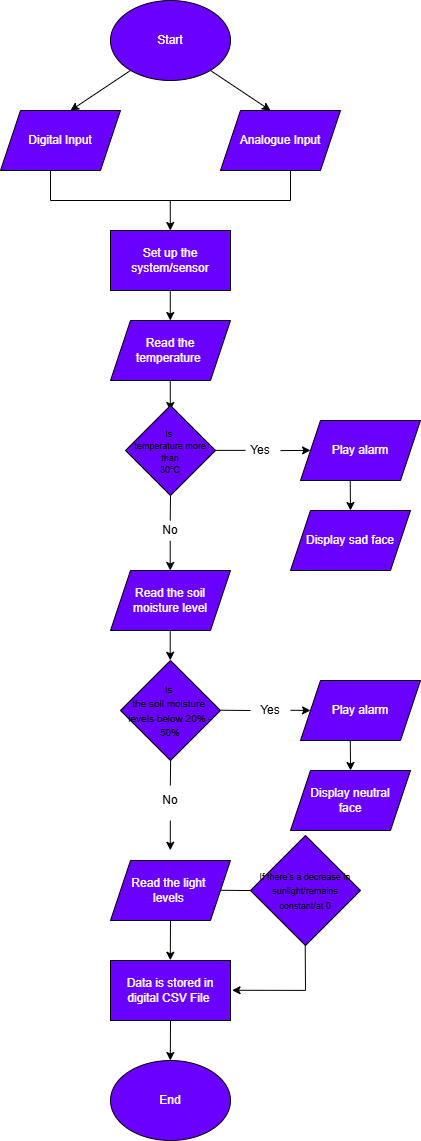
caoimhepascual/Computer-Science-CWA-2026- keeps this draw.io diagram as Report/Flowchart .drawio.png. Above is the earlier version. Source tidied: cells renumbered, new cells last; positions are measured from the earlier drawing's top-left corner, leaving out a move shared by most shapes.
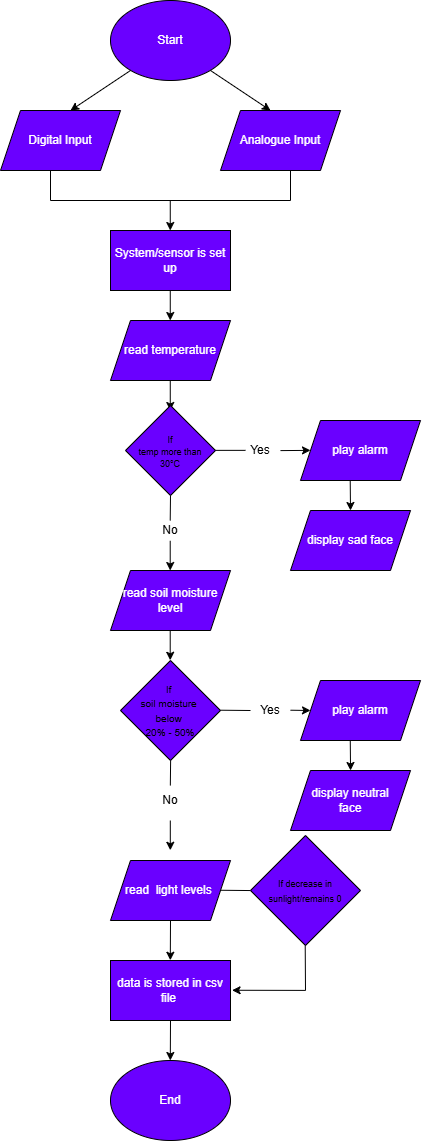
Later version of the same file.

The edit, as a diff of the source:
```diff
@@ -47,7 +47,7 @@
         <mxPoint x="169.8" y="230" as="targetPoint" />
       </mxGeometry>
     </mxCell>
-    <mxCell id="11" value="Set up the system/sensor" style="rounded=0;whiteSpace=wrap;html=1;fillColor=#6a00ff;fontColor=#ffffff;strokeColor=light-dark(#000000,#000000);" parent="1" vertex="1">
+    <mxCell id="11" value="System/sensor is set up" style="rounded=0;whiteSpace=wrap;html=1;fillColor=#6a00ff;fontColor=#ffffff;strokeColor=light-dark(#000000,#000000);" parent="1" vertex="1">
       <mxGeometry x="110" y="230" width="120" height="60" as="geometry" />
     </mxCell>
     <mxCell id="12" style="endArrow=classic;html=1;rounded=0;strokeColor=light-dark(#000000,#000000);" parent="1" edge="1">
@@ -56,7 +56,7 @@
         <mxPoint x="169.8" y="320" as="targetPoint" />
       </mxGeometry>
     </mxCell>
-    <mxCell id="13" value="Read the temperature&amp;nbsp;" style="shape=parallelogram;perimeter=parallelogramPerimeter;whiteSpace=wrap;html=1;fixedSize=1;fillColor=#6a00ff;fontColor=#ffffff;strokeColor=light-dark(#000000,#000000);" parent="1" vertex="1">
+    <mxCell id="13" value="read temperature" style="shape=parallelogram;perimeter=parallelogramPerimeter;whiteSpace=wrap;html=1;fixedSize=1;fillColor=#6a00ff;fontColor=#ffffff;strokeColor=light-dark(#000000,#000000);" parent="1" vertex="1">
       <mxGeometry x="110" y="320" width="120" height="60" as="geometry" />
     </mxCell>
     <mxCell id="14" style="endArrow=classic;html=1;rounded=0;strokeColor=light-dark(#000000,#000000);" parent="1" edge="1">
@@ -65,7 +65,7 @@
         <mxPoint x="169.8" y="410" as="targetPoint" />
       </mxGeometry>
     </mxCell>
-    <mxCell id="15" value="&lt;div style=&quot;line-height: 100%;&quot;&gt;&lt;font style=&quot;font-size: 9px; color: light-dark(rgb(0, 0, 0), rgb(0, 0, 0)); line-height: 100%;&quot;&gt;Is&amp;nbsp;&lt;/font&gt;&lt;div&gt;&lt;font style=&quot;font-size: 9px; color: light-dark(rgb(0, 0, 0), rgb(0, 0, 0)); line-height: 100%;&quot;&gt;temperature more than&lt;/font&gt;&lt;/div&gt;&lt;div&gt;&lt;font style=&quot;font-size: 9px; color: light-dark(rgb(0, 0, 0), rgb(0, 0, 0)); line-height: 100%;&quot;&gt;30&lt;span style=&quot;background-color: transparent; font-family: Arial, sans-serif; white-space-collapse: preserve;&quot;&gt;&lt;font&gt;°C&lt;/font&gt;&lt;/span&gt;&lt;/font&gt;&lt;/div&gt;&lt;div&gt;&lt;/div&gt;&lt;/div&gt;" style="rhombus;whiteSpace=wrap;html=1;fillColor=#6a00ff;fontColor=#ffffff;strokeColor=light-dark(#000000,#000000);" parent="1" vertex="1">
+    <mxCell id="15" value="&lt;div style=&quot;line-height: 100%;&quot;&gt;&lt;font style=&quot;font-size: 9px; color: light-dark(rgb(0, 0, 0), rgb(0, 0, 0)); line-height: 100%;&quot;&gt;If&lt;/font&gt;&lt;div&gt;&lt;font style=&quot;font-size: 9px; color: light-dark(rgb(0, 0, 0), rgb(0, 0, 0)); line-height: 100%;&quot;&gt;temp more than&lt;/font&gt;&lt;/div&gt;&lt;div&gt;&lt;font style=&quot;font-size: 9px; color: light-dark(rgb(0, 0, 0), rgb(0, 0, 0)); line-height: 100%;&quot;&gt;30&lt;span style=&quot;background-color: transparent; font-family: Arial, sans-serif; white-space-collapse: preserve;&quot;&gt;&lt;font&gt;°C&lt;/font&gt;&lt;/span&gt;&lt;/font&gt;&lt;/div&gt;&lt;div&gt;&lt;/div&gt;&lt;/div&gt;" style="rhombus;whiteSpace=wrap;html=1;fillColor=#6a00ff;fontColor=#ffffff;strokeColor=light-dark(#000000,#000000);" parent="1" vertex="1">
       <mxGeometry x="125" y="405" width="90" height="90" as="geometry" />
     </mxCell>
     <mxCell id="16" style="endArrow=classic;html=1;rounded=0;strokeColor=light-dark(#000000,#000000);" parent="1" edge="1">
@@ -83,10 +83,10 @@
     <mxCell id="18" value="&lt;font style=&quot;color: light-dark(rgb(0, 0, 0), rgb(0, 0, 0));&quot;&gt;Yes&lt;/font&gt;" style="text;html=1;whiteSpace=wrap;strokeColor=none;fillColor=none;align=center;verticalAlign=middle;rounded=0;" parent="1" vertex="1">
       <mxGeometry x="230" y="435" width="60" height="30" as="geometry" />
     </mxCell>
-    <mxCell id="19" value="Play alarm" style="shape=parallelogram;perimeter=parallelogramPerimeter;whiteSpace=wrap;html=1;fixedSize=1;fillColor=#6a00ff;fontColor=#ffffff;strokeColor=light-dark(#000000,#000000);" parent="1" vertex="1">
+    <mxCell id="19" value="play alarm" style="shape=parallelogram;perimeter=parallelogramPerimeter;whiteSpace=wrap;html=1;fixedSize=1;fillColor=#6a00ff;fontColor=#ffffff;strokeColor=light-dark(#000000,#000000);" parent="1" vertex="1">
       <mxGeometry x="300" y="420" width="120" height="60" as="geometry" />
     </mxCell>
-    <mxCell id="20" value="Display sad face" style="shape=parallelogram;perimeter=parallelogramPerimeter;whiteSpace=wrap;html=1;fixedSize=1;fillColor=#6a00ff;fontColor=#ffffff;strokeColor=light-dark(#000000,#000000);" parent="1" vertex="1">
+    <mxCell id="20" value="display sad face" style="shape=parallelogram;perimeter=parallelogramPerimeter;whiteSpace=wrap;html=1;fixedSize=1;fillColor=#6a00ff;fontColor=#ffffff;strokeColor=light-dark(#000000,#000000);" parent="1" vertex="1">
       <mxGeometry x="290" y="510" width="120" height="60" as="geometry" />
     </mxCell>
     <mxCell id="21" style="endArrow=classic;html=1;rounded=0;strokeColor=light-dark(#000000,#000000);" parent="1" edge="1">
@@ -109,7 +109,7 @@
         <mxPoint x="169.7" y="570" as="targetPoint" />
       </mxGeometry>
     </mxCell>
-    <mxCell id="25" value="Read the soil moisture level" style="shape=parallelogram;perimeter=parallelogramPerimeter;whiteSpace=wrap;html=1;fixedSize=1;fillColor=#6a00ff;fontColor=#ffffff;strokeColor=light-dark(#000000,#000000);" parent="1" vertex="1">
+    <mxCell id="25" value="read soil moisture level" style="shape=parallelogram;perimeter=parallelogramPerimeter;whiteSpace=wrap;html=1;fixedSize=1;fillColor=#6a00ff;fontColor=#ffffff;strokeColor=light-dark(#000000,#000000);" parent="1" vertex="1">
       <mxGeometry x="110" y="570" width="120" height="60" as="geometry" />
     </mxCell>
     <mxCell id="26" style="endArrow=classic;html=1;rounded=0;strokeColor=light-dark(#000000,#000000);" parent="1" edge="1">
@@ -118,7 +118,7 @@
         <mxPoint x="169.7" y="659.8" as="targetPoint" />
       </mxGeometry>
     </mxCell>
-    <mxCell id="27" value="&lt;div&gt;&lt;div&gt;&lt;font style=&quot;color: light-dark(rgb(0, 0, 0), rgb(0, 0, 0)); font-size: 10px;&quot;&gt;Is&amp;nbsp;&lt;/font&gt;&lt;/div&gt;&lt;div&gt;&lt;font style=&quot;color: light-dark(rgb(0, 0, 0), rgb(0, 0, 0)); font-size: 10px;&quot;&gt;the soil moisture&amp;nbsp;&lt;/font&gt;&lt;/div&gt;&lt;div&gt;&lt;span style=&quot;color: light-dark(rgb(0, 0, 0), rgb(0, 0, 0)); background-color: transparent;&quot;&gt;&lt;font style=&quot;font-size: 10px;&quot;&gt;levels below 20% - 50%&lt;/font&gt;&lt;/span&gt;&lt;/div&gt;&lt;/div&gt;" style="rhombus;whiteSpace=wrap;html=1;fillColor=#6a00ff;fontColor=#ffffff;strokeColor=light-dark(#000000,#000000);" parent="1" vertex="1">
+    <mxCell id="27" value="&lt;div&gt;&lt;font style=&quot;color: light-dark(rgb(0, 0, 0), rgb(0, 0, 0)); font-size: 10px;&quot;&gt;If&amp;nbsp;&lt;/font&gt;&lt;/div&gt;&lt;div&gt;&lt;span style=&quot;color: light-dark(rgb(0, 0, 0), rgb(0, 0, 0)); font-size: 10px; background-color: transparent;&quot;&gt;soil moisture&amp;nbsp;&lt;/span&gt;&lt;/div&gt;&lt;div&gt;&lt;span style=&quot;color: light-dark(rgb(0, 0, 0), rgb(0, 0, 0)); background-color: transparent;&quot;&gt;&lt;font style=&quot;font-size: 10px;&quot;&gt;below&amp;nbsp;&lt;/font&gt;&lt;/span&gt;&lt;/div&gt;&lt;div&gt;&lt;span style=&quot;color: light-dark(rgb(0, 0, 0), rgb(0, 0, 0)); background-color: transparent;&quot;&gt;&lt;font style=&quot;font-size: 10px;&quot;&gt;20% - 50%&lt;br&gt;&lt;/font&gt;&lt;/span&gt;&lt;/div&gt;" style="rhombus;whiteSpace=wrap;html=1;fillColor=#6a00ff;fontColor=#ffffff;strokeColor=light-dark(#000000,#000000);" parent="1" vertex="1">
       <mxGeometry x="120" y="660" width="100" height="100" as="geometry" />
     </mxCell>
     <mxCell id="28" style="endArrow=classic;html=1;rounded=0;strokeColor=light-dark(#000000,#000000);" parent="1" edge="1">
@@ -136,7 +136,7 @@
     <mxCell id="30" value="&lt;font style=&quot;color: light-dark(rgb(0, 0, 0), rgb(0, 0, 0));&quot;&gt;Yes&lt;/font&gt;" style="text;html=1;whiteSpace=wrap;strokeColor=none;fillColor=none;align=center;verticalAlign=middle;rounded=0;" parent="1" vertex="1">
       <mxGeometry x="240" y="695" width="60" height="30" as="geometry" />
     </mxCell>
-    <mxCell id="31" value="Play alarm" style="shape=parallelogram;perimeter=parallelogramPerimeter;whiteSpace=wrap;html=1;fixedSize=1;fillColor=#6a00ff;fontColor=#ffffff;strokeColor=light-dark(#000000,#000000);" parent="1" vertex="1">
+    <mxCell id="31" value="play alarm" style="shape=parallelogram;perimeter=parallelogramPerimeter;whiteSpace=wrap;html=1;fixedSize=1;fillColor=#6a00ff;fontColor=#ffffff;strokeColor=light-dark(#000000,#000000);" parent="1" vertex="1">
       <mxGeometry x="300" y="680" width="120" height="60" as="geometry" />
     </mxCell>
     <mxCell id="32" style="endArrow=classic;html=1;rounded=0;strokeColor=light-dark(#000000,#000000);" parent="1" edge="1">
@@ -145,7 +145,7 @@
         <mxPoint x="350" y="770" as="targetPoint" />
       </mxGeometry>
     </mxCell>
-    <mxCell id="33" value="Display neutral&lt;div&gt;face&lt;/div&gt;" style="shape=parallelogram;perimeter=parallelogramPerimeter;whiteSpace=wrap;html=1;fixedSize=1;fillColor=#6a00ff;fontColor=#ffffff;strokeColor=light-dark(#000000,#000000);" parent="1" vertex="1">
+    <mxCell id="33" value="display neutral&lt;div&gt;face&lt;/div&gt;" style="shape=parallelogram;perimeter=parallelogramPerimeter;whiteSpace=wrap;html=1;fixedSize=1;fillColor=#6a00ff;fontColor=#ffffff;strokeColor=light-dark(#000000,#000000);" parent="1" vertex="1">
       <mxGeometry x="290" y="770" width="120" height="60" as="geometry" />
     </mxCell>
     <mxCell id="34" style="endArrow=none;html=1;rounded=0;entryX=0.5;entryY=1;entryDx=0;entryDy=0;strokeColor=light-dark(#000000,#000000);" parent="1" edge="1">
@@ -163,7 +163,7 @@
         <mxPoint x="169.8" y="849.8" as="targetPoint" />
       </mxGeometry>
     </mxCell>
-    <mxCell id="37" value="Read the light&amp;nbsp;&lt;div&gt;levels&amp;nbsp;&lt;/div&gt;" style="shape=parallelogram;perimeter=parallelogramPerimeter;whiteSpace=wrap;html=1;fixedSize=1;fillColor=#6a00ff;fontColor=#ffffff;strokeColor=light-dark(#000000,#000000);" parent="1" vertex="1">
+    <mxCell id="37" value="read&amp;nbsp; light&amp;nbsp;&lt;span style=&quot;background-color: transparent; color: light-dark(rgb(255, 255, 255), rgb(18, 18, 18));&quot;&gt;levels&amp;nbsp;&lt;/span&gt;" style="shape=parallelogram;perimeter=parallelogramPerimeter;whiteSpace=wrap;html=1;fixedSize=1;fillColor=#6a00ff;fontColor=#ffffff;strokeColor=light-dark(#000000,#000000);" parent="1" vertex="1">
       <mxGeometry x="110" y="860" width="120" height="60" as="geometry" />
     </mxCell>
     <mxCell id="38" style="endArrow=classic;html=1;rounded=0;strokeColor=light-dark(#000000,#000000);exitX=0.5;exitY=1;exitDx=0;exitDy=0;" parent="1" edge="1" source="37">
@@ -171,7 +171,7 @@
         <mxPoint x="169.8" y="959.8" as="targetPoint" />
       </mxGeometry>
     </mxCell>
-    <mxCell id="39" value="Data is stored in digital CSV File&amp;nbsp;" style="rounded=0;whiteSpace=wrap;html=1;fillColor=#6a00ff;fontColor=#ffffff;strokeColor=light-dark(#000000,#000000);" parent="1" vertex="1">
+    <mxCell id="39" value="data is stored in csv file&amp;nbsp;" style="rounded=0;whiteSpace=wrap;html=1;fillColor=#6a00ff;fontColor=#ffffff;strokeColor=light-dark(#000000,#000000);" parent="1" vertex="1">
       <mxGeometry x="110" y="960" width="120" height="60" as="geometry" />
     </mxCell>
     <mxCell id="40" style="endArrow=classic;html=1;rounded=0;strokeColor=light-dark(#000000,#000000);" parent="1" edge="1">
@@ -189,7 +189,7 @@
         <mxPoint x="220" y="889.8" as="targetPoint" />
       </mxGeometry>
     </mxCell>
-    <mxCell id="43" value="&lt;font style=&quot;font-size: 9px; color: light-dark(rgb(0, 0, 0), rgb(0, 0, 0));&quot;&gt;&lt;span style=&quot;line-height: 70%;&quot;&gt;If there's a decrease in sunlight/remains constant/at 0&lt;/span&gt;&lt;/font&gt;" style="rhombus;whiteSpace=wrap;html=1;fillColor=#6a00ff;fontColor=#ffffff;strokeColor=light-dark(#000000,#000000);" parent="1" vertex="1">
+    <mxCell id="43" value="&lt;font style=&quot;font-size: 9px; color: light-dark(rgb(0, 0, 0), rgb(0, 0, 0));&quot;&gt;&lt;span style=&quot;line-height: 70%;&quot;&gt;If decrease in sunlight/remains 0&lt;/span&gt;&lt;/font&gt;" style="rhombus;whiteSpace=wrap;html=1;fillColor=#6a00ff;fontColor=#ffffff;strokeColor=light-dark(#000000,#000000);" parent="1" vertex="1">
       <mxGeometry x="250" y="835" width="110" height="110" as="geometry" />
     </mxCell>
     <mxCell id="44" style="endArrow=none;html=1;rounded=0;strokeColor=light-dark(#000000,#000000);" parent="1" edge="1">
```
